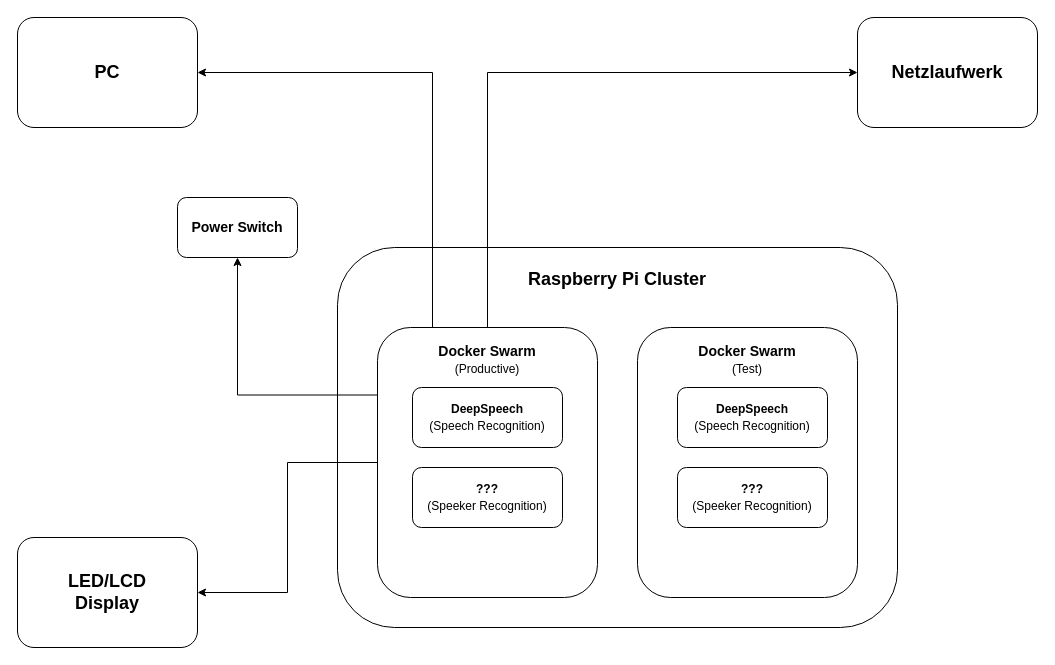
Before: Concept/internal_communication.drawio in Velociraptor45/Xipona, a draw.io diagram. Source tidied: cells renumbered, new cells numbered last; positions are measured from the earlier drawing's top-left corner, leaving out a move shared by most shapes. Both pictures are drawn from the tidied source at 100%, with x=0, y=0 at pixel (17, 17).
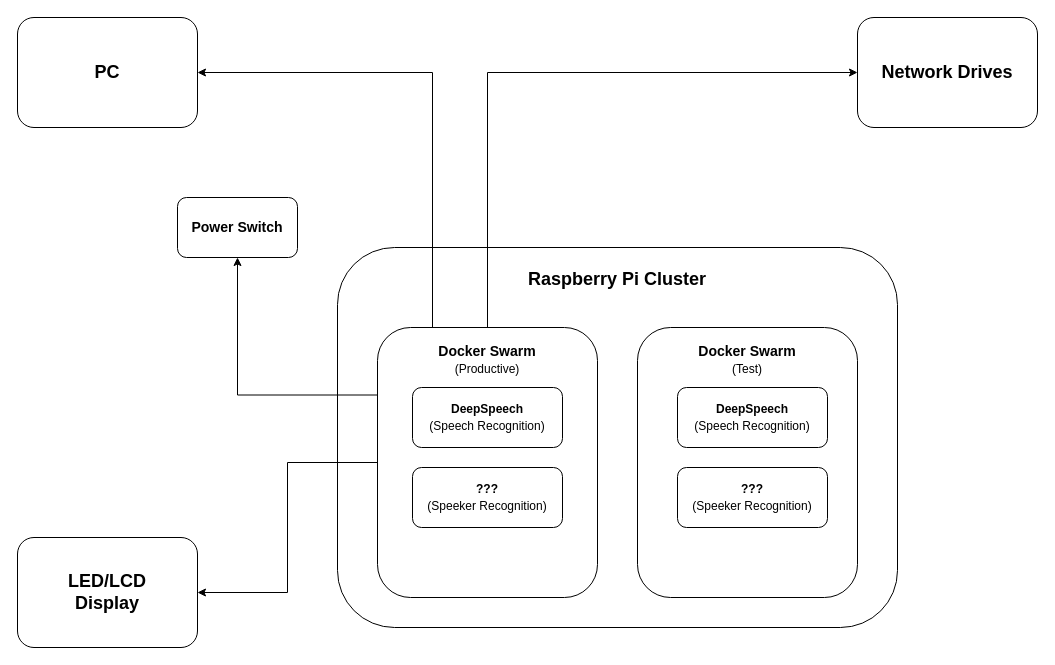
The same page after the edit.

Commit message (it also covers changes not shown here):
Update internal smart home communication diagram

The edit, as a diff of the source:
```diff
@@
 <mxGraphModel>
   <root>
     <mxCell id="0" />
     <mxCell id="1" parent="0" />
     <mxCell id="2" value="&lt;h2&gt;Raspberry Pi Cluster&lt;/h2&gt;" style="rounded=1;whiteSpace=wrap;html=1;verticalAlign=top;" parent="1" vertex="1">
       <mxGeometry x="320" y="230" width="560" height="380" as="geometry" />
     </mxCell>
     <mxCell id="3" value="&lt;h2&gt;PC&lt;/h2&gt;" style="rounded=1;whiteSpace=wrap;html=1;verticalAlign=middle;" parent="1" vertex="1">
       <mxGeometry width="180" height="110" as="geometry" />
     </mxCell>
     <mxCell id="4" style="edgeStyle=orthogonalEdgeStyle;rounded=0;jettySize=auto;html=1;exitX=0;exitY=0.5;exitDx=0;exitDy=0;entryX=1;entryY=0.5;entryDx=0;entryDy=0;" parent="1" edge="1" source="8" target="9">
       <mxGeometry relative="1" as="geometry" />
     </mxCell>
     <mxCell id="5" style="edgeStyle=orthogonalEdgeStyle;rounded=0;jettySize=auto;html=1;exitX=0.25;exitY=0;exitDx=0;exitDy=0;entryX=1;entryY=0.5;entryDx=0;entryDy=0;" parent="1" edge="1" source="8" target="3">
       <mxGeometry relative="1" as="geometry" />
     </mxCell>
     <mxCell id="6" style="edgeStyle=orthogonalEdgeStyle;rounded=0;jettySize=auto;html=1;exitX=0.5;exitY=0;exitDx=0;exitDy=0;entryX=0;entryY=0.5;entryDx=0;entryDy=0;" parent="1" edge="1" source="8" target="12">
       <mxGeometry relative="1" as="geometry" />
     </mxCell>
     <mxCell id="7" style="edgeStyle=orthogonalEdgeStyle;rounded=0;jettySize=auto;html=1;exitX=0;exitY=0.25;exitDx=0;exitDy=0;entryX=0.5;entryY=1;entryDx=0;entryDy=0;" parent="1" edge="1" source="8" target="13">
       <mxGeometry relative="1" as="geometry" />
     </mxCell>
     <mxCell id="8" value="&lt;h3 style=&quot;line-height: 50%&quot;&gt;Docker Swarm&lt;/h3&gt;&lt;div style=&quot;line-height: 0%&quot;&gt;(Productive)&lt;br&gt;&lt;/div&gt;" style="rounded=1;whiteSpace=wrap;html=1;verticalAlign=top;" parent="1" vertex="1">
       <mxGeometry x="360" y="310" width="220" height="270" as="geometry" />
     </mxCell>
     <mxCell id="9" value="&lt;h2&gt;LED/LCD&lt;br&gt;Display&lt;/h2&gt;" style="rounded=1;whiteSpace=wrap;html=1;" parent="1" vertex="1">
       <mxGeometry y="520" width="180" height="110" as="geometry" />
     </mxCell>
     <mxCell id="10" value="&lt;p style=&quot;line-height: 50%&quot;&gt;&lt;b&gt;DeepSpeech&lt;/b&gt;&lt;/p&gt;&lt;p style=&quot;line-height: 40%&quot;&gt;(Speech Recognition)&lt;/p&gt;" style="rounded=1;whiteSpace=wrap;html=1;" parent="1" vertex="1">
       <mxGeometry x="395" y="370" width="150" height="60" as="geometry" />
     </mxCell>
     <mxCell id="11" value="&lt;p style=&quot;line-height: 50%&quot;&gt;&lt;b&gt;???&lt;/b&gt;&lt;br&gt;&lt;/p&gt;&lt;p style=&quot;line-height: 40%&quot;&gt;(Speeker Recognition)&lt;/p&gt;" style="rounded=1;whiteSpace=wrap;html=1;" parent="1" vertex="1">
       <mxGeometry x="395" y="450" width="150" height="60" as="geometry" />
     </mxCell>
-    <mxCell id="12" value="&lt;h2&gt;Netzlaufwerk&lt;/h2&gt;" style="rounded=1;whiteSpace=wrap;html=1;" parent="1" vertex="1">
+    <mxCell id="12" value="&lt;h2&gt;Network Drives&lt;/h2&gt;" style="rounded=1;whiteSpace=wrap;html=1;" parent="1" vertex="1">
       <mxGeometry x="840" width="180" height="110" as="geometry" />
     </mxCell>
     <mxCell id="13" value="&lt;h3&gt;Power Switch&lt;/h3&gt;" style="rounded=1;whiteSpace=wrap;html=1;" parent="1" vertex="1">
       <mxGeometry x="160" y="180" width="120" height="60" as="geometry" />
     </mxCell>
     <mxCell id="14" value="&lt;h3 style=&quot;line-height: 50%&quot;&gt;Docker Swarm&lt;/h3&gt;&lt;div style=&quot;line-height: 0%&quot;&gt;(Test)&lt;br&gt;&lt;/div&gt;" style="rounded=1;whiteSpace=wrap;html=1;verticalAlign=top;" parent="1" vertex="1">
       <mxGeometry x="620" y="310" width="220" height="270" as="geometry" />
     </mxCell>
     <mxCell id="15" value="&lt;p style=&quot;line-height: 50%&quot;&gt;&lt;b&gt;DeepSpeech&lt;/b&gt;&lt;/p&gt;&lt;p style=&quot;line-height: 40%&quot;&gt;(Speech Recognition)&lt;/p&gt;" style="rounded=1;whiteSpace=wrap;html=1;" parent="1" vertex="1">
       <mxGeometry x="660" y="370" width="150" height="60" as="geometry" />
     </mxCell>
     <mxCell id="16" value="&lt;p style=&quot;line-height: 50%&quot;&gt;&lt;b&gt;???&lt;/b&gt;&lt;br&gt;&lt;/p&gt;&lt;p style=&quot;line-height: 40%&quot;&gt;(Speeker Recognition)&lt;/p&gt;" style="rounded=1;whiteSpace=wrap;html=1;" parent="1" vertex="1">
       <mxGeometry x="660" y="450" width="150" height="60" as="geometry" />
     </mxCell>
   </root>
 </mxGraphModel>
```
